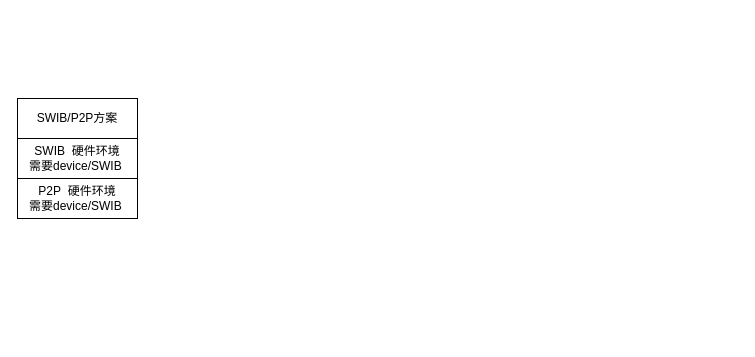
BEYHHH/SBLP keeps this draw.io diagram as workplan.drawio. Above is the earlier version. Source tidied: cells renumbered, new cells numbered last; positions are measured from the earlier drawing's top-left corner, leaving out a move shared by most shapes. Both pictures are drawn from the tidied source at 100%, with x=0, y=0 at pixel (17, 98).
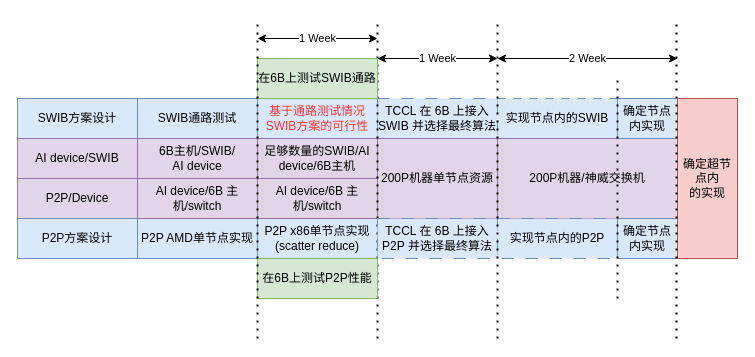
The same page after the edit.

What changed in the source:
```diff
@@
-    <mxCell id="2" value="SWIB/P2P方案" style="rounded=0;whiteSpace=wrap;html=1;" parent="1" vertex="1">
+    <mxCell id="2" value="SWIB方案设计" style="rounded=0;whiteSpace=wrap;html=1;fillColor=#dae8fc;strokeColor=#6c8ebf;" parent="1" vertex="1">
       <mxGeometry width="120" height="40" as="geometry" />
     </mxCell>
-    <mxCell id="3" value="SWIB&amp;nbsp; 硬件环境&lt;br&gt;需要device/SWIB&amp;nbsp;" style="rounded=0;whiteSpace=wrap;html=1;" parent="1" vertex="1">
+    <mxCell id="3" value="AI device/SWIB" style="rounded=0;whiteSpace=wrap;html=1;fillColor=#e1d5e7;strokeColor=#9673a6;" parent="1" vertex="1">
       <mxGeometry y="40" width="120" height="40" as="geometry" />
     </mxCell>
-    <mxCell id="4" value="P2P&amp;nbsp; 硬件环境&lt;br&gt;需要device/SWIB&amp;nbsp;" style="rounded=0;whiteSpace=wrap;html=1;" parent="1" vertex="1">
+    <mxCell id="4" value="P2P/Device" style="rounded=0;whiteSpace=wrap;html=1;fillColor=#e1d5e7;strokeColor=#9673a6;" parent="1" vertex="1">
       <mxGeometry y="80" width="120" height="40" as="geometry" />
     </mxCell>
+    <mxCell id="5" value="P2P方案设计" style="rounded=0;whiteSpace=wrap;html=1;fillColor=#dae8fc;strokeColor=#6c8ebf;" parent="1" vertex="1">
+      <mxGeometry y="120" width="120" height="40" as="geometry" />
+    </mxCell>
+    <mxCell id="6" value="SWIB通路测试" style="rounded=0;whiteSpace=wrap;html=1;fillColor=#dae8fc;strokeColor=#6c8ebf;" parent="1" vertex="1">
+      <mxGeometry x="120" width="120" height="40" as="geometry" />
+    </mxCell>
+    <mxCell id="7" value="P2P AMD单节点实现" style="rounded=0;whiteSpace=wrap;html=1;fillColor=#dae8fc;strokeColor=#6c8ebf;" parent="1" vertex="1">
+      <mxGeometry x="120" y="120" width="120" height="40" as="geometry" />
+    </mxCell>
+    <mxCell id="8" value="AI device/6B 主机/switch" style="rounded=0;whiteSpace=wrap;html=1;fillColor=#e1d5e7;strokeColor=#9673a6;" parent="1" vertex="1">
+      <mxGeometry x="120" y="80" width="120" height="40" as="geometry" />
+    </mxCell>
+    <mxCell id="9" value="&lt;font color=&quot;#ff3333&quot;&gt;基于通路测试情况&lt;br&gt;SWIB方案的可行性&lt;/font&gt;" style="rounded=0;whiteSpace=wrap;html=1;fillColor=#dae8fc;strokeColor=#6c8ebf;" parent="1" vertex="1">
+      <mxGeometry x="240" width="120" height="40" as="geometry" />
+    </mxCell>
+    <mxCell id="10" value="足够数量的SWIB/AI device/6B主机" style="rounded=0;whiteSpace=wrap;html=1;fillColor=#e1d5e7;strokeColor=#9673a6;" parent="1" vertex="1">
+      <mxGeometry x="240" y="40" width="120" height="40" as="geometry" />
+    </mxCell>
+    <mxCell id="11" value="TCCL 在 6B 上接入SWIB 并选择最终算法" style="rounded=0;whiteSpace=wrap;html=1;fillColor=#dae8fc;strokeColor=#6c8ebf;dashed=1;dashPattern=12 12;" parent="1" vertex="1">
+      <mxGeometry x="360" width="120" height="40" as="geometry" />
+    </mxCell>
+    <mxCell id="12" value="P2P x86单节点实现&lt;br&gt;(scatter reduce)" style="rounded=0;whiteSpace=wrap;html=1;fillColor=#dae8fc;strokeColor=#6c8ebf;" parent="1" vertex="1">
+      <mxGeometry x="240" y="120" width="120" height="40" as="geometry" />
+    </mxCell>
+    <mxCell id="13" value="AI device/6B 主机/switch" style="rounded=0;whiteSpace=wrap;html=1;fillColor=#e1d5e7;strokeColor=#9673a6;" parent="1" vertex="1">
+      <mxGeometry x="240" y="80" width="120" height="40" as="geometry" />
+    </mxCell>
+    <mxCell id="14" value="200P机器单节点资源" style="rounded=0;whiteSpace=wrap;html=1;fillColor=#e1d5e7;strokeColor=#9673a6;" parent="1" vertex="1">
+      <mxGeometry x="360" y="40" width="120" height="80" as="geometry" />
+    </mxCell>
+    <mxCell id="15" style="endArrow=none;dashed=1;html=1;dashPattern=1 3;strokeWidth=2;rounded=0;" parent="1" edge="1">
+      <mxGeometry relative="1" as="geometry">
+        <mxPoint x="360" y="240" as="sourcePoint" />
+        <mxPoint x="360" y="-80" as="targetPoint" />
+      </mxGeometry>
+    </mxCell>
+    <mxCell id="16" value="TCCL 在 6B 上接入&lt;br&gt;P2P 并选择最终算法" style="rounded=0;whiteSpace=wrap;html=1;fillColor=#dae8fc;strokeColor=#6c8ebf;dashed=1;dashPattern=12 12;" parent="1" vertex="1">
+      <mxGeometry x="360" y="120" width="120" height="40" as="geometry" />
+    </mxCell>
+    <mxCell id="17" value="实现节点内的SWIB" style="rounded=0;whiteSpace=wrap;html=1;fillColor=#dae8fc;strokeColor=#6c8ebf;dashed=1;dashPattern=8 8;" parent="1" vertex="1">
+      <mxGeometry x="480" width="120" height="40" as="geometry" />
+    </mxCell>
+    <mxCell id="18" value="200P机器/神威交换机" style="rounded=0;whiteSpace=wrap;html=1;fillColor=#e1d5e7;strokeColor=#9673a6;" parent="1" vertex="1">
+      <mxGeometry x="480" y="40" width="180" height="80" as="geometry" />
+    </mxCell>
+    <mxCell id="19" value="实现节点内的P2P" style="rounded=0;whiteSpace=wrap;html=1;fillColor=#dae8fc;strokeColor=#6c8ebf;dashed=1;dashPattern=12 12;" parent="1" vertex="1">
+      <mxGeometry x="480" y="120" width="120" height="40" as="geometry" />
+    </mxCell>
+    <mxCell id="20" style="endArrow=none;dashed=1;html=1;dashPattern=1 3;strokeWidth=2;rounded=0;" parent="1" edge="1">
+      <mxGeometry relative="1" as="geometry">
+        <mxPoint x="480" y="240" as="sourcePoint" />
+        <mxPoint x="480" y="-80" as="targetPoint" />
+      </mxGeometry>
+    </mxCell>
+    <mxCell id="21" value="确定节点内实现" style="rounded=0;whiteSpace=wrap;html=1;fillColor=#dae8fc;strokeColor=#6c8ebf;" parent="1" vertex="1">
+      <mxGeometry x="600" width="60" height="40" as="geometry" />
+    </mxCell>
+    <mxCell id="22" value="确定节点内实现" style="rounded=0;whiteSpace=wrap;html=1;fillColor=#dae8fc;strokeColor=#6c8ebf;" parent="1" vertex="1">
+      <mxGeometry x="600" y="120" width="60" height="40" as="geometry" />
+    </mxCell>
+    <mxCell id="23" value="确定超节点内&lt;br&gt;的实现" style="rounded=0;whiteSpace=wrap;html=1;fillColor=#f8cecc;strokeColor=#b85450;" parent="1" vertex="1">
+      <mxGeometry x="660" width="60" height="160" as="geometry" />
+    </mxCell>
+    <mxCell id="24" value="在6B上测试P2P性能" style="rounded=0;whiteSpace=wrap;html=1;fillColor=#d5e8d4;strokeColor=#82b366;" parent="1" vertex="1">
+      <mxGeometry x="240" y="160" width="120" height="40" as="geometry" />
+    </mxCell>
+    <mxCell id="25" value="在6B上测试SWIB通路" style="rounded=0;whiteSpace=wrap;html=1;fillColor=#d5e8d4;strokeColor=#82b366;" parent="1" vertex="1">
+      <mxGeometry x="240" y="-40" width="120" height="40" as="geometry" />
+    </mxCell>
+    <mxCell id="26" value="6B主机/SWIB/ &lt;br&gt;AI device" style="rounded=0;whiteSpace=wrap;html=1;fillColor=#e1d5e7;strokeColor=#9673a6;" parent="1" vertex="1">
+      <mxGeometry x="120" y="40" width="120" height="40" as="geometry" />
+    </mxCell>
+    <mxCell id="27" style="endArrow=none;dashed=1;html=1;dashPattern=1 3;strokeWidth=2;rounded=0;" parent="1" edge="1">
+      <mxGeometry relative="1" as="geometry">
+        <mxPoint x="659" y="240" as="sourcePoint" />
+        <mxPoint x="659" y="-80" as="targetPoint" />
+      </mxGeometry>
+    </mxCell>
+    <mxCell id="28" value="2 Week" style="endArrow=classic;startArrow=classic;html=1;rounded=0;" parent="1" edge="1">
+      <mxGeometry relative="1" as="geometry">
+        <mxPoint x="480" y="-40" as="sourcePoint" />
+        <mxPoint x="660" y="-40" as="targetPoint" />
+      </mxGeometry>
+    </mxCell>
+    <mxCell id="29" value="1 Week" style="endArrow=classic;startArrow=classic;html=1;rounded=0;" parent="1" edge="1">
+      <mxGeometry relative="1" as="geometry">
+        <mxPoint x="360" y="-40" as="sourcePoint" />
+        <mxPoint x="480" y="-40" as="targetPoint" />
+      </mxGeometry>
+    </mxCell>
+    <mxCell id="30" style="endArrow=none;dashed=1;html=1;dashPattern=1 3;strokeWidth=2;rounded=0;" parent="1" edge="1">
+      <mxGeometry relative="1" as="geometry">
+        <mxPoint x="240" y="240" as="sourcePoint" />
+        <mxPoint x="240" y="-80" as="targetPoint" />
+      </mxGeometry>
+    </mxCell>
+    <mxCell id="31" value="1 Week" style="endArrow=classic;startArrow=classic;html=1;rounded=0;" parent="1" edge="1">
+      <mxGeometry relative="1" as="geometry">
+        <mxPoint x="240" y="-60" as="sourcePoint" />
+        <mxPoint x="360" y="-60" as="targetPoint" />
+      </mxGeometry>
+    </mxCell>
+    <mxCell id="32" style="endArrow=none;dashed=1;html=1;dashPattern=1 3;strokeWidth=2;rounded=0;" parent="1" edge="1">
+      <mxGeometry relative="1" as="geometry">
+        <mxPoint x="600" y="200" as="sourcePoint" />
+        <mxPoint x="600" y="-20" as="targetPoint" />
+      </mxGeometry>
+    </mxCell>
```
